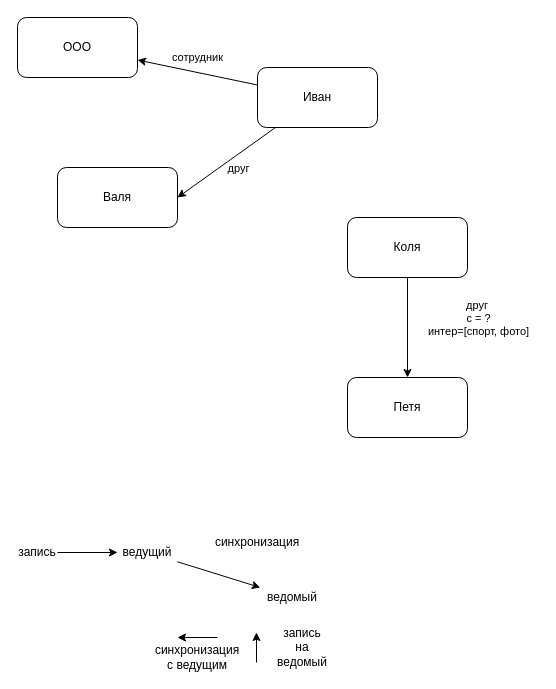
This is GraphDB/images.drawio from Smet1/lectures, a draw.io file, before an edit. Source tidied: cells renumbered, new cells numbered last; positions are measured from the earlier drawing's top-left corner, leaving out a move shared by most shapes. Both pictures are drawn from the tidied source at 100%, with x=0, y=0 at pixel (17, 17).
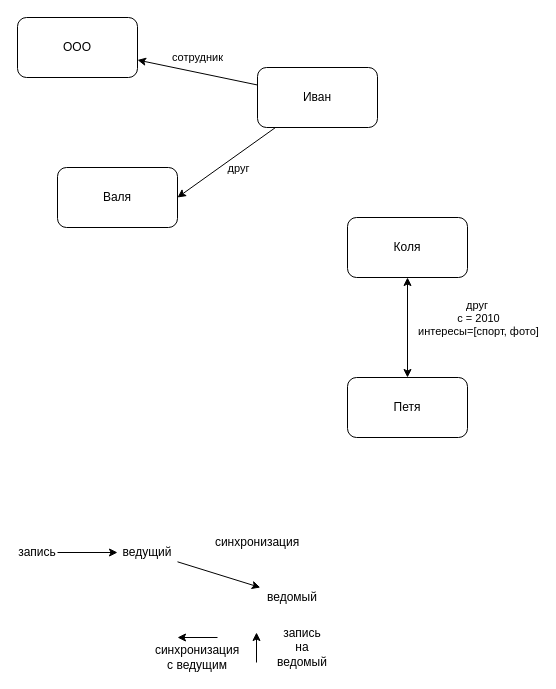
The same diagram, later.

Unchanged cells that the change refers to:
```xml
<mxCell id="11" value="Коля" style="rounded=1;whiteSpace=wrap;html=1;" parent="1" vertex="1">
  <mxGeometry x="330" y="200" width="120" height="60" as="geometry" />
</mxCell>
<mxCell id="12" value="Петя" style="rounded=1;whiteSpace=wrap;html=1;" parent="1" vertex="1">
  <mxGeometry x="330" y="360" width="120" height="60" as="geometry" />
</mxCell>
```

The edit, as a diff of the source:
```diff
@@
-    <mxCell id="9" style="edgeStyle=none;rounded=0;jettySize=auto;html=1;entryX=0.5;entryY=0;entryDx=0;entryDy=0;" parent="1" edge="1" source="11" target="12">
+    <mxCell id="9" style="edgeStyle=none;rounded=0;jettySize=auto;html=1;entryX=0.5;entryY=0;entryDx=0;entryDy=0;startArrow=classic;startFill=1;" parent="1" edge="1" source="11" target="12">
       <mxGeometry relative="1" as="geometry" />
     </mxCell>
-    <mxCell id="10" value="друг&amp;nbsp;&lt;br&gt;с = ?&lt;br&gt;интер=[спорт, фото]" style="edgeLabel;html=1;align=center;verticalAlign=middle;" parent="9" vertex="1">
+    <mxCell id="10" value="друг&amp;nbsp;&lt;br&gt;с = 2010&lt;br&gt;интересы=[спорт, фото]" style="edgeLabel;html=1;align=center;verticalAlign=middle;" parent="9" vertex="1">
       <mxGeometry x="-0.02" y="1" relative="1" as="geometry">
         <mxPoint x="69" y="-9" as="offset" />
       </mxGeometry>
     </mxCell>
```
